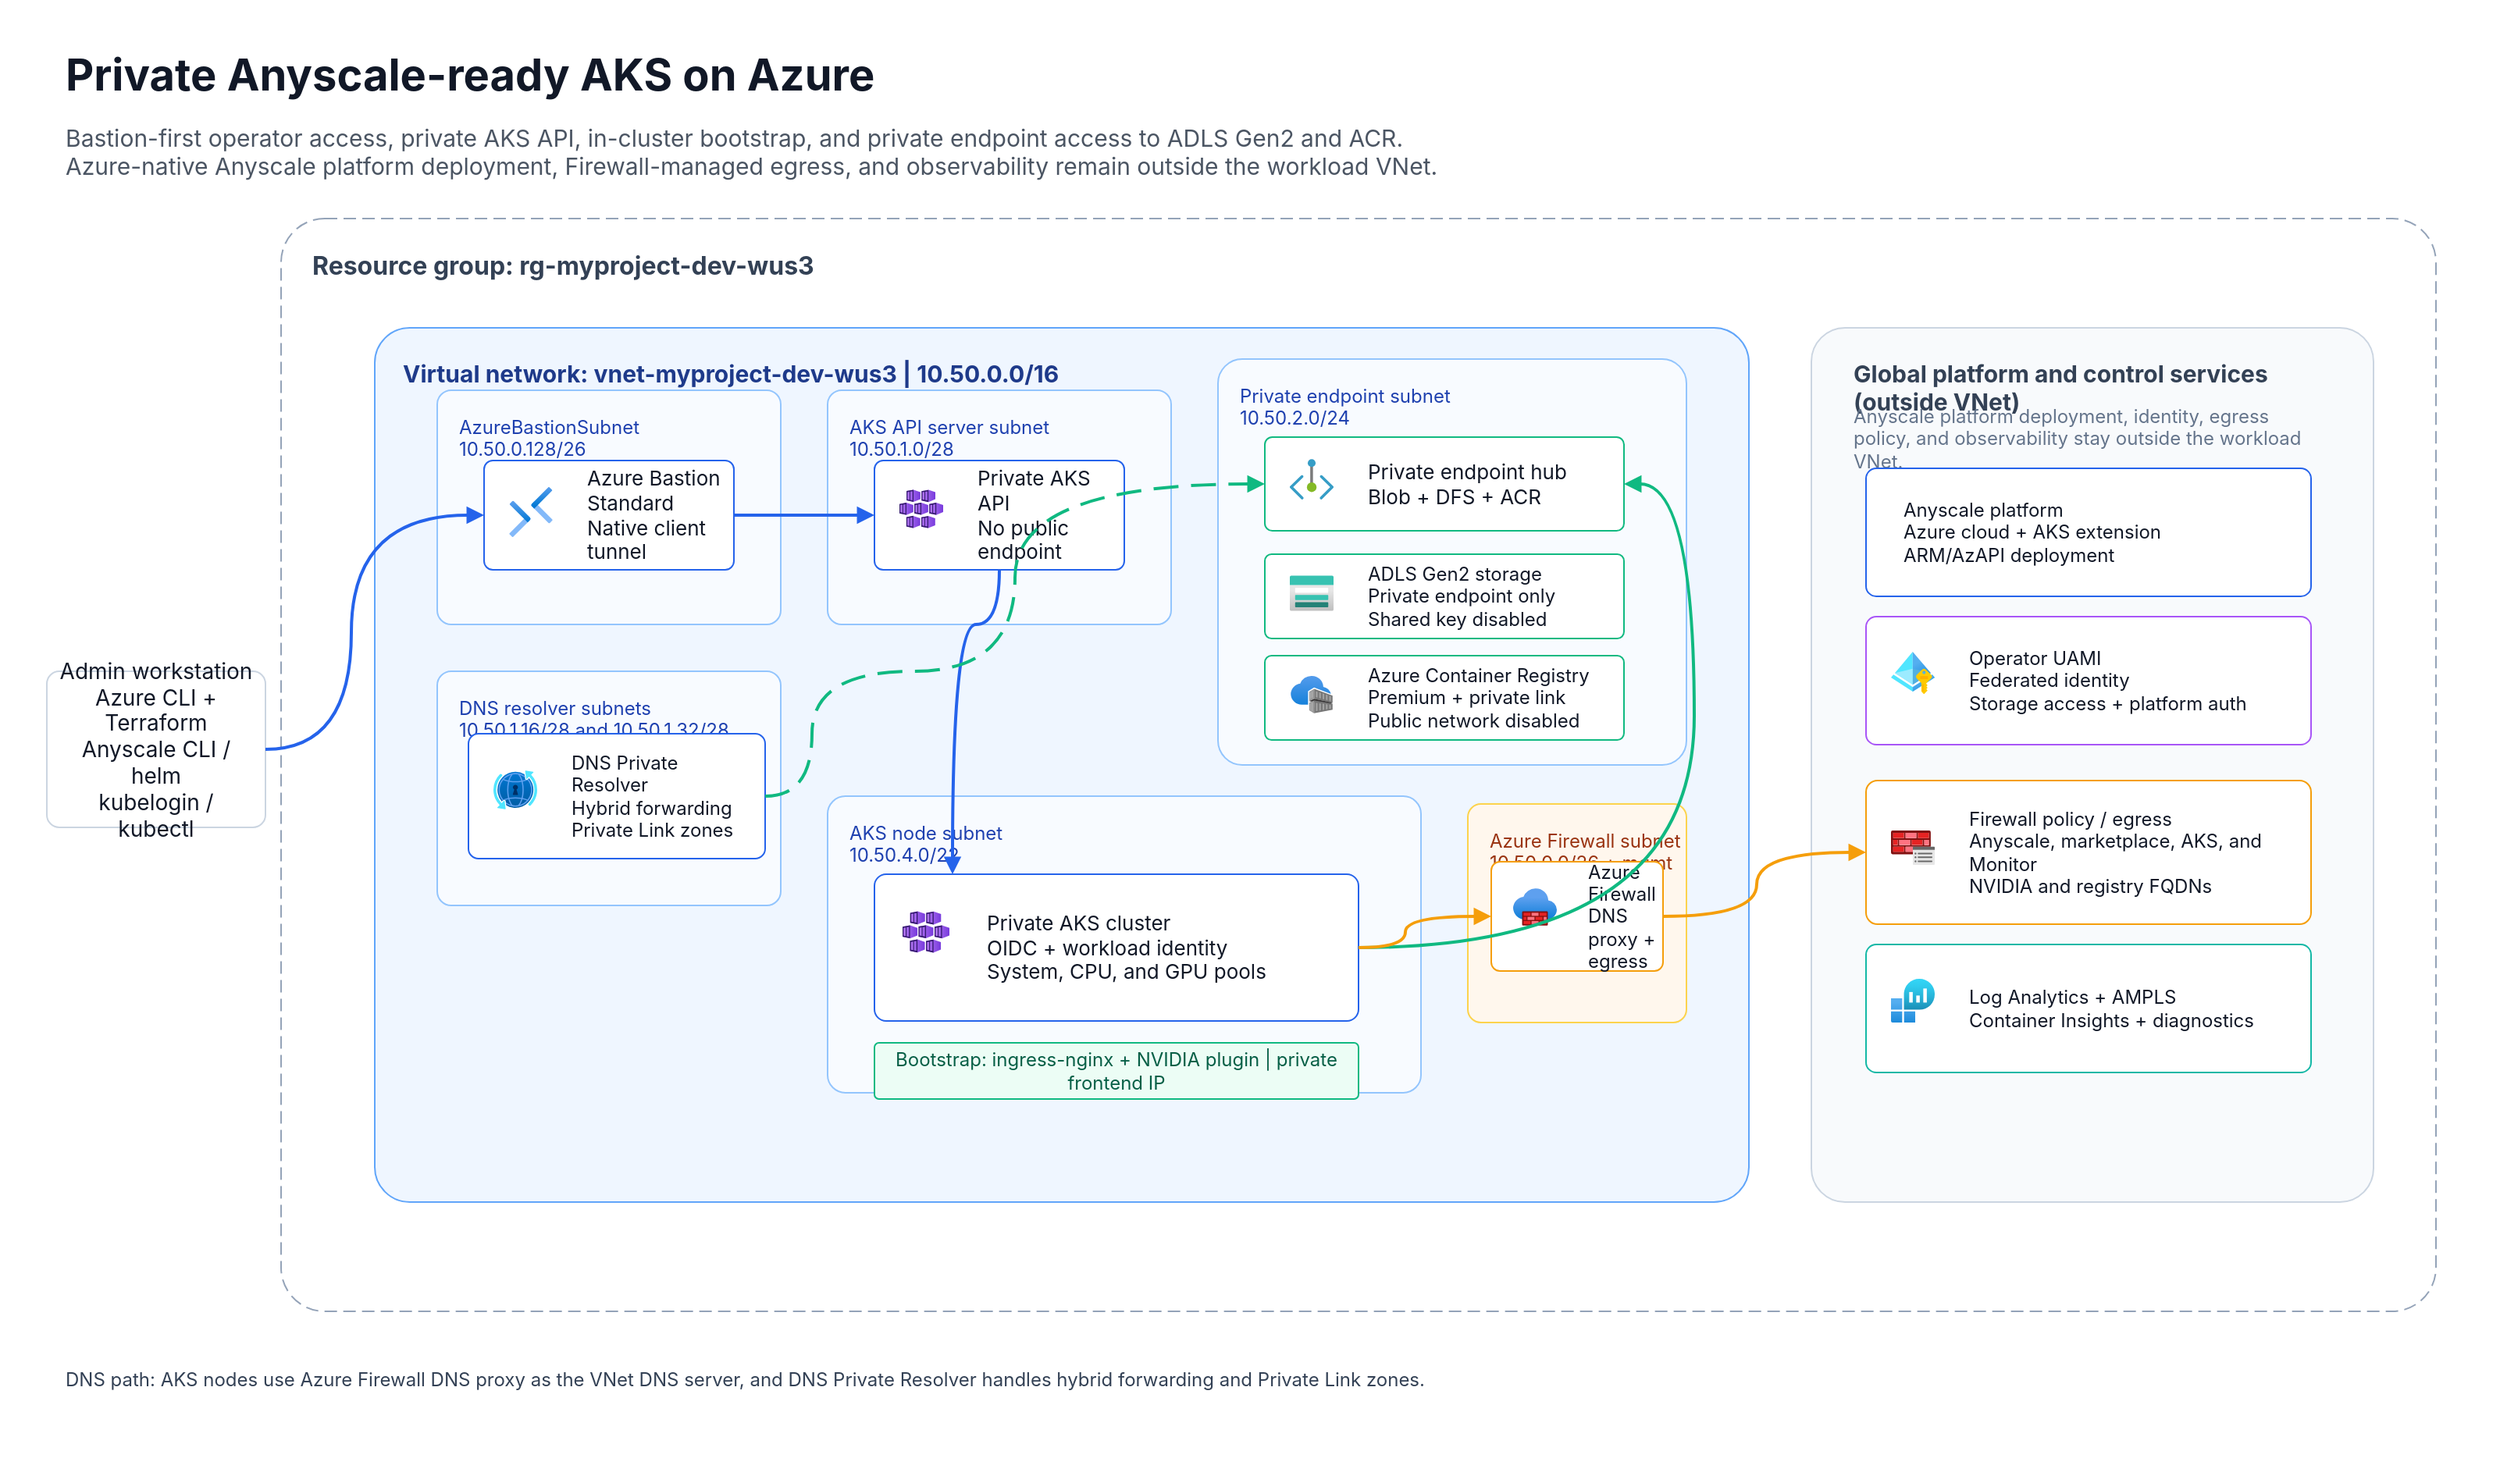
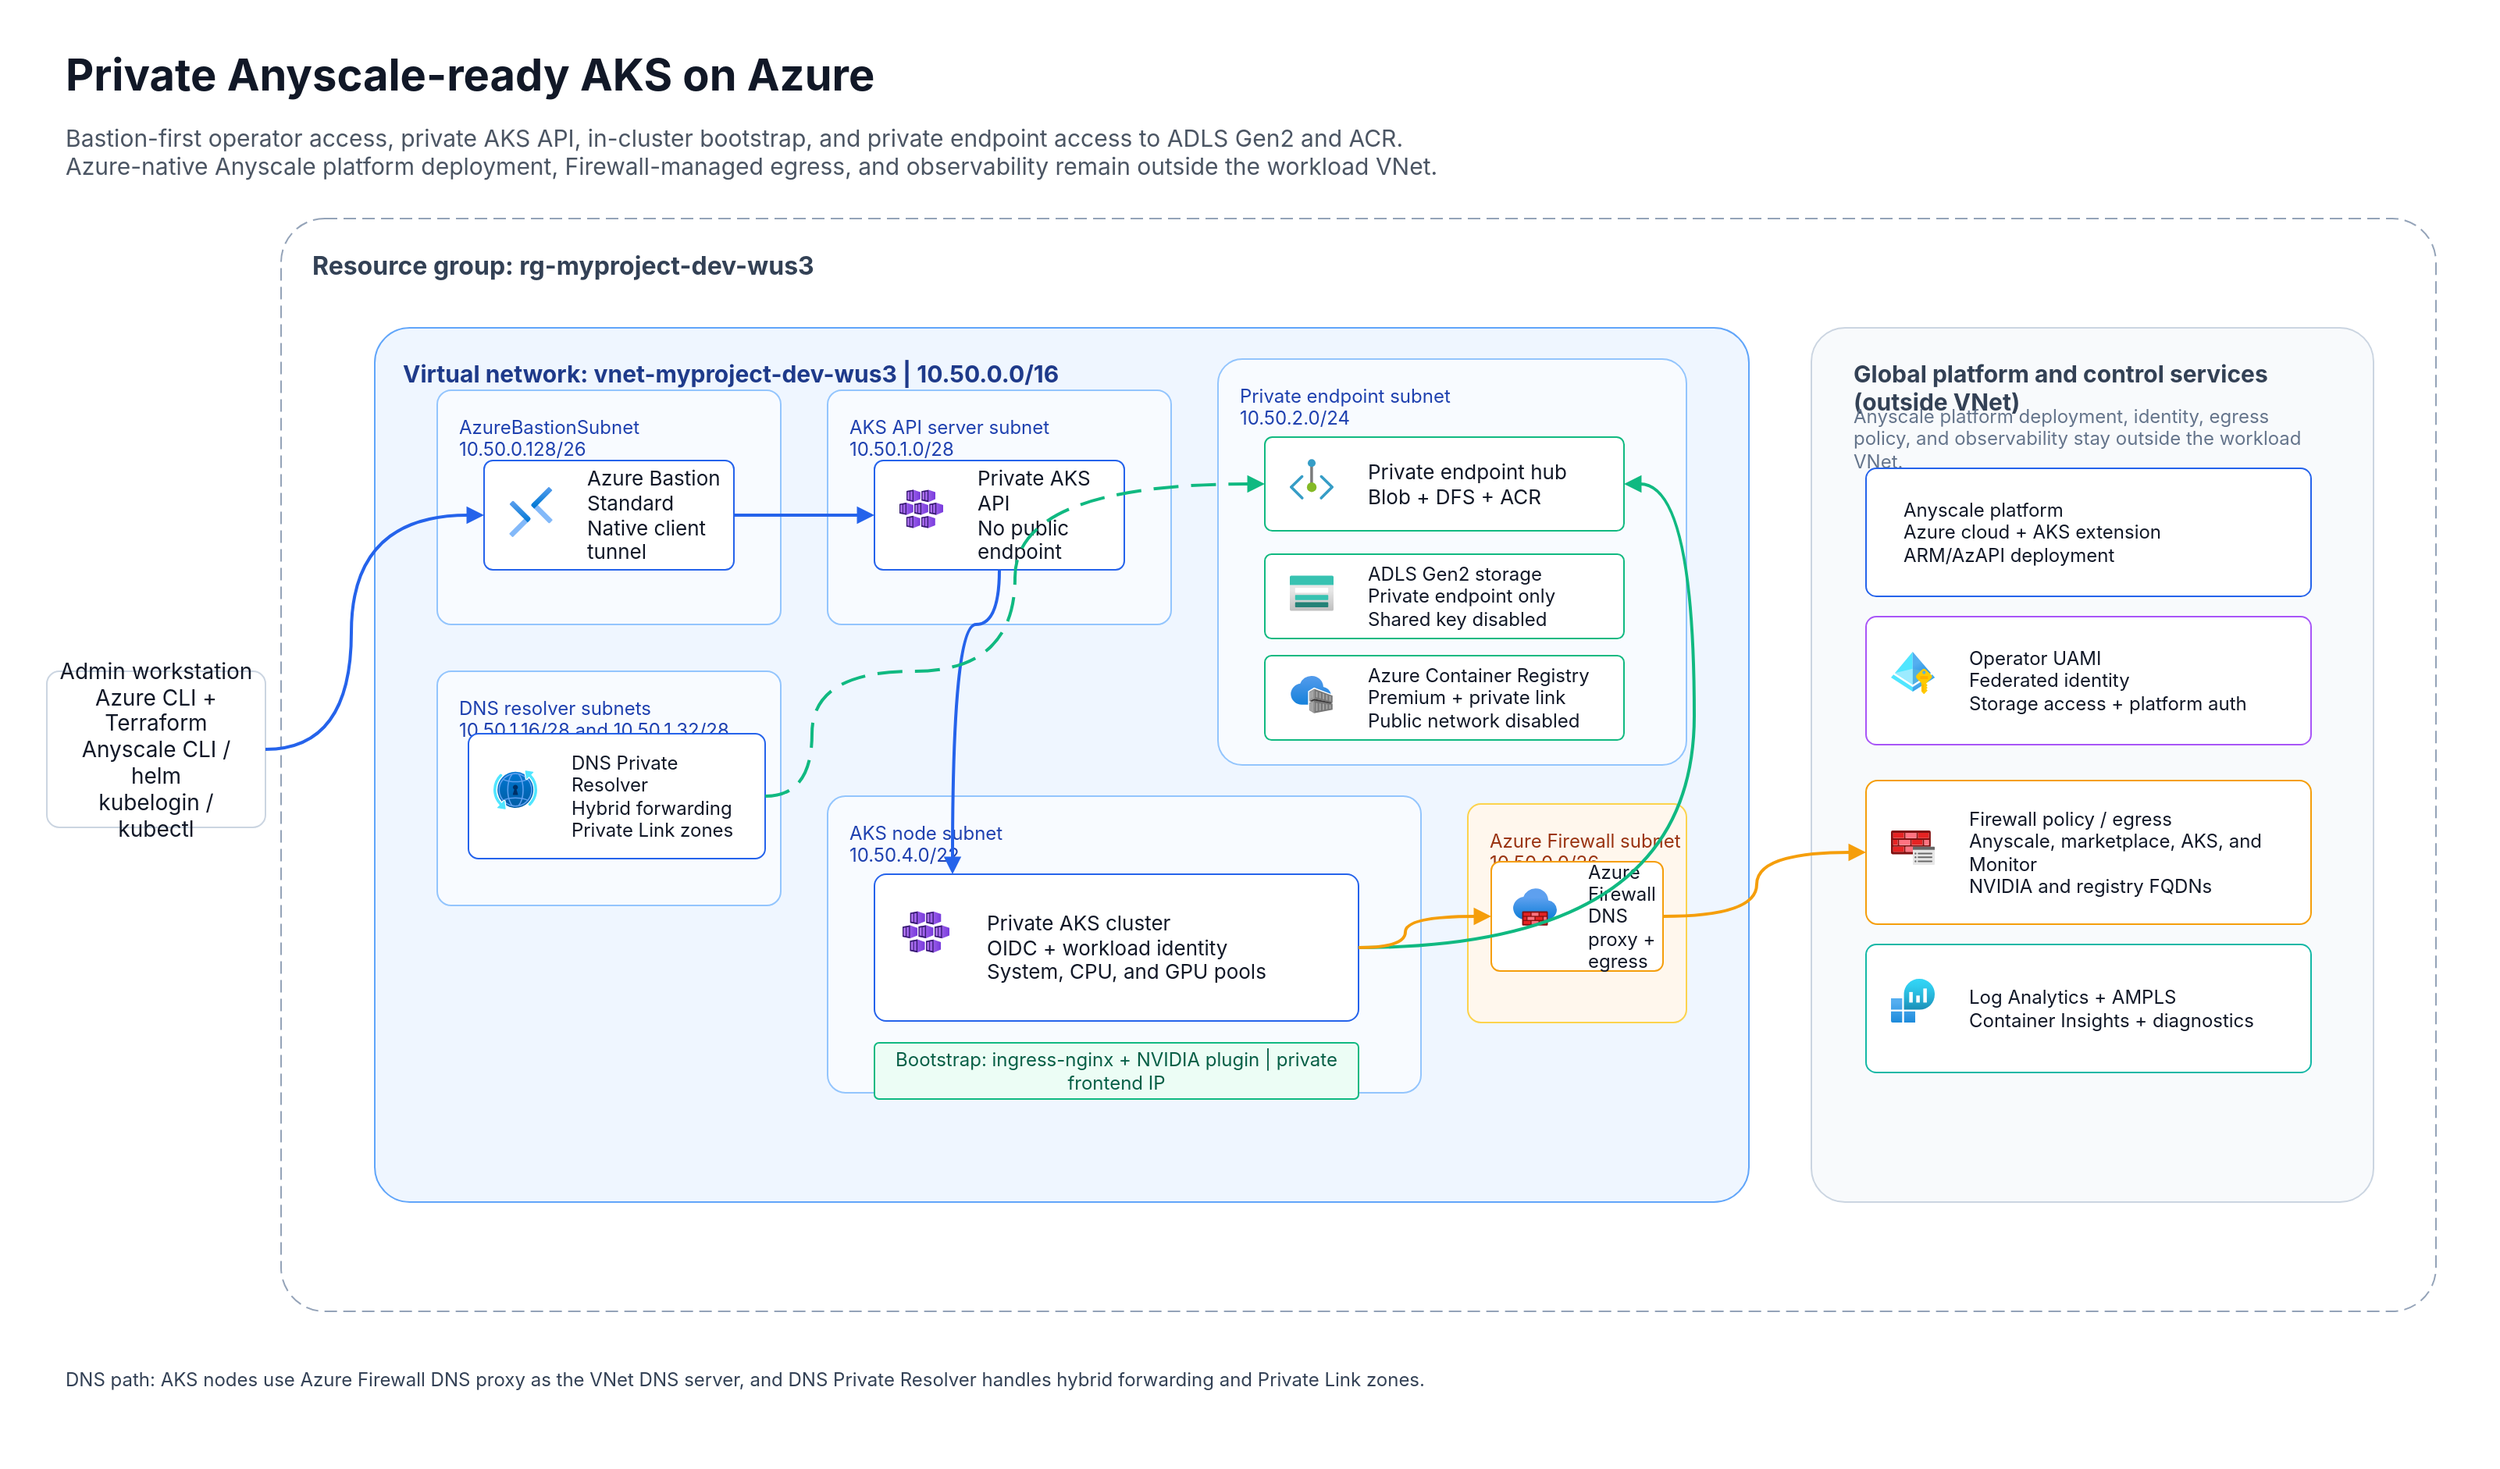
<mxfile host="app.diagrams.net" modified="2026-05-11T03:20:00.000Z" agent="GitHub Copilot" version="24.7.17" type="device">
  <diagram id="private-aks-reset" name="Private AKS Architecture">
    <mxGraphModel dx="1800" dy="1100" grid="1" gridSize="10" guides="1" tooltips="1" connect="1" arrows="1" fold="1" page="1" pageScale="1" pageWidth="1600" pageHeight="960" math="0" shadow="0">
      <root>
        <mxCell id="0"/>
        <mxCell id="1" parent="0"/>
        <mxCell id="bg" value="" style="shape=rect;html=1;strokeColor=none;fillColor=#FFFFFF;" vertex="1" parent="1">
          <mxGeometry x="0" y="0" width="1600" height="940" as="geometry"/>
        </mxCell>
        <mxCell id="title" value="Private Anyscale-ready AKS on Azure" style="text;html=1;strokeColor=none;fillColor=none;align=left;verticalAlign=middle;whiteSpace=wrap;rounded=0;fontFamily=Inter,Segoe UI,Arial;fontSize=28;fontStyle=1;fontColor=#111827;" vertex="1" parent="1">
          <mxGeometry x="40" y="28" width="860" height="40" as="geometry"/>
        </mxCell>
        <mxCell id="subtitle" value="Bastion-first operator access, private AKS API, in-cluster bootstrap, and private endpoint access to ADLS Gen2 and ACR.&#xa;Azure-native Anyscale platform deployment, Firewall-managed egress, and observability remain outside the workload VNet." style="text;html=1;strokeColor=none;fillColor=none;align=left;verticalAlign=middle;whiteSpace=wrap;rounded=0;fontFamily=Inter,Segoe UI,Arial;fontSize=15;fontColor=#4B5563;" vertex="1" parent="1">
          <mxGeometry x="40" y="72" width="1480" height="50" as="geometry"/>
        </mxCell>
        <mxCell id="rg" value="Resource group: rg-myproject-dev-wus3" style="rounded=1;whiteSpace=wrap;html=1;arcSize=4;strokeColor=#94A3B8;dashed=1;dashPattern=8 4;fillColor=#FFFFFF;fontFamily=Inter,Segoe UI,Arial;fontSize=16;fontStyle=1;fontColor=#334155;align=left;verticalAlign=top;spacingLeft=18;spacingTop=14;" vertex="1" parent="1">
          <mxGeometry x="180" y="140" width="1380" height="700" as="geometry"/>
        </mxCell>
        <mxCell id="vnet" value="Virtual network: vnet-myproject-dev-wus3  |  10.50.0.0/16" style="rounded=1;whiteSpace=wrap;html=1;arcSize=4;strokeColor=#60A5FA;fillColor=#EFF6FF;fontFamily=Inter,Segoe UI,Arial;fontSize=15;fontStyle=1;fontColor=#1E3A8A;align=left;verticalAlign=top;spacingLeft=16;spacingTop=14;" vertex="1" parent="1">
          <mxGeometry x="240" y="210" width="880" height="560" as="geometry"/>
        </mxCell>
        <mxCell id="globalPanel" value="" style="rounded=1;whiteSpace=wrap;html=1;arcSize=6;strokeColor=#CBD5E1;fillColor=#F8FAFC;" vertex="1" parent="1">
          <mxGeometry x="1160" y="210" width="360" height="560" as="geometry"/>
        </mxCell>
        <mxCell id="globalTitle" value="Global platform and control services (outside VNet)" style="text;html=1;strokeColor=none;fillColor=none;align=left;verticalAlign=middle;whiteSpace=wrap;fontFamily=Inter,Segoe UI,Arial;fontSize=15;fontStyle=1;fontColor=#334155;" vertex="1" parent="1">
          <mxGeometry x="1185" y="236" width="300" height="24" as="geometry"/>
        </mxCell>
        <mxCell id="globalCopy" value="Anyscale platform deployment, identity, egress policy, and observability stay outside the workload VNet." style="text;html=1;strokeColor=none;fillColor=none;align=left;verticalAlign=middle;whiteSpace=wrap;fontFamily=Inter,Segoe UI,Arial;fontSize=12;fontColor=#64748B;" vertex="1" parent="1">
          <mxGeometry x="1185" y="264" width="300" height="34" as="geometry"/>
        </mxCell>
        <mxCell id="admin" value="Admin workstation&#xa;Azure CLI + Terraform&#xa;Anyscale CLI / helm&#xa;kubelogin / kubectl" style="rounded=1;whiteSpace=wrap;html=1;arcSize=8;strokeColor=#CBD5E1;fillColor=#FFFFFF;fontFamily=Inter,Segoe UI,Arial;fontSize=14;fontColor=#111827;align=center;verticalAlign=middle;spacing=8;" vertex="1" parent="1">
          <mxGeometry x="30" y="430" width="140" height="100" as="geometry"/>
        </mxCell>
        <mxCell id="bastionSubnet" value="AzureBastionSubnet&#xa;10.50.0.128/26" style="rounded=1;whiteSpace=wrap;html=1;arcSize=6;strokeColor=#93C5FD;fillColor=#F8FBFF;fontFamily=Inter,Segoe UI,Arial;fontSize=12;fontColor=#1E40AF;align=left;verticalAlign=top;spacingLeft=12;spacingTop=10;" vertex="1" parent="1">
          <mxGeometry x="280" y="250" width="220" height="150" as="geometry"/>
        </mxCell>
        <mxCell id="bastion" value="Azure Bastion Standard&#xa;Native client tunnel" style="rounded=1;whiteSpace=wrap;html=1;arcSize=8;strokeColor=#2563EB;fillColor=#FFFFFF;fontFamily=Inter,Segoe UI,Arial;fontSize=13;fontColor=#111827;align=left;verticalAlign=middle;spacingLeft=58;spacing=8;" vertex="1" parent="1">
          <mxGeometry x="310" y="295" width="160" height="70" as="geometry"/>
        </mxCell>
        <mxCell id="bastionIcon" value="" style="image;aspect=fixed;html=1;points=[];image=img/lib/azure2/networking/Bastions.svg;" vertex="1" parent="1">
          <mxGeometry x="326" y="312" width="28" height="32" as="geometry"/>
        </mxCell>
        <mxCell id="apiSubnet" value="AKS API server subnet&#xa;10.50.1.0/28" style="rounded=1;whiteSpace=wrap;html=1;arcSize=6;strokeColor=#93C5FD;fillColor=#F8FBFF;fontFamily=Inter,Segoe UI,Arial;fontSize=12;fontColor=#1E40AF;align=left;verticalAlign=top;spacingLeft=12;spacingTop=10;" vertex="1" parent="1">
          <mxGeometry x="530" y="250" width="220" height="150" as="geometry"/>
        </mxCell>
        <mxCell id="api" value="Private AKS API&#xa;No public endpoint" style="rounded=1;whiteSpace=wrap;html=1;arcSize=8;strokeColor=#2563EB;fillColor=#FFFFFF;fontFamily=Inter,Segoe UI,Arial;fontSize=13;fontColor=#111827;align=left;verticalAlign=middle;spacingLeft=58;spacing=8;" vertex="1" parent="1">
          <mxGeometry x="560" y="295" width="160" height="70" as="geometry"/>
        </mxCell>
        <mxCell id="apiIcon" value="" style="image;aspect=fixed;html=1;points=[];image=img/lib/azure2/compute/Kubernetes_Services.svg;" vertex="1" parent="1">
          <mxGeometry x="576" y="312" width="28" height="28" as="geometry"/>
        </mxCell>
        <mxCell id="peSubnet" value="Private endpoint subnet&#xa;10.50.2.0/24" style="rounded=1;whiteSpace=wrap;html=1;arcSize=6;strokeColor=#93C5FD;fillColor=#F8FBFF;fontFamily=Inter,Segoe UI,Arial;fontSize=12;fontColor=#1E40AF;align=left;verticalAlign=top;spacingLeft=12;spacingTop=10;" vertex="1" parent="1">
          <mxGeometry x="780" y="230" width="300" height="260" as="geometry"/>
        </mxCell>
        <mxCell id="pe" value="Private endpoint hub&#xa;Blob + DFS + ACR" style="rounded=1;whiteSpace=wrap;html=1;arcSize=8;strokeColor=#10B981;fillColor=#FFFFFF;fontFamily=Inter,Segoe UI,Arial;fontSize=13;fontColor=#111827;align=left;verticalAlign=middle;spacingLeft=58;spacing=8;" vertex="1" parent="1">
          <mxGeometry x="810" y="280" width="230" height="60" as="geometry"/>
        </mxCell>
        <mxCell id="peIcon" value="" style="image;aspect=fixed;html=1;points=[];image=img/lib/azure2/networking/Private_Endpoint.svg;" vertex="1" parent="1">
          <mxGeometry x="826" y="293" width="28" height="28" as="geometry"/>
        </mxCell>
        <mxCell id="storage" value="ADLS Gen2 storage&#xa;Private endpoint only&#xa;Shared key disabled" style="rounded=1;whiteSpace=wrap;html=1;arcSize=8;strokeColor=#10B981;fillColor=#FFFFFF;fontFamily=Inter,Segoe UI,Arial;fontSize=12;fontColor=#111827;align=left;verticalAlign=middle;spacingLeft=58;spacing=8;" vertex="1" parent="1">
          <mxGeometry x="810" y="355" width="230" height="54" as="geometry"/>
        </mxCell>
        <mxCell id="storageIcon" value="" style="image;aspect=fixed;html=1;points=[];image=img/lib/azure2/storage/Storage_Accounts.svg;" vertex="1" parent="1">
          <mxGeometry x="826" y="368" width="28" height="24" as="geometry"/>
        </mxCell>
        <mxCell id="acr" value="Azure Container Registry&#xa;Premium + private link&#xa;Public network disabled" style="rounded=1;whiteSpace=wrap;html=1;arcSize=8;strokeColor=#10B981;fillColor=#FFFFFF;fontFamily=Inter,Segoe UI,Arial;fontSize=12;fontColor=#111827;align=left;verticalAlign=middle;spacingLeft=58;spacing=8;" vertex="1" parent="1">
          <mxGeometry x="810" y="420" width="230" height="54" as="geometry"/>
        </mxCell>
        <mxCell id="acrIcon" value="" style="image;aspect=fixed;html=1;points=[];image=img/lib/azure2/containers/Container_Registries.svg;" vertex="1" parent="1">
          <mxGeometry x="826" y="433" width="28" height="24" as="geometry"/>
        </mxCell>
        <mxCell id="dnsSubnet" value="DNS resolver subnets&#xa;10.50.1.16/28 and 10.50.1.32/28" style="rounded=1;whiteSpace=wrap;html=1;arcSize=6;strokeColor=#93C5FD;fillColor=#F8FBFF;fontFamily=Inter,Segoe UI,Arial;fontSize=12;fontColor=#1E40AF;align=left;verticalAlign=top;spacingLeft=12;spacingTop=10;" vertex="1" parent="1">
          <mxGeometry x="280" y="430" width="220" height="150" as="geometry"/>
        </mxCell>
        <mxCell id="dns" value="DNS Private Resolver&#xa;Hybrid forwarding&#xa;Private Link zones" style="rounded=1;whiteSpace=wrap;html=1;arcSize=8;strokeColor=#2563EB;fillColor=#FFFFFF;fontFamily=Inter,Segoe UI,Arial;fontSize=12;fontColor=#111827;align=left;verticalAlign=middle;spacingLeft=58;spacing=8;" vertex="1" parent="1">
          <mxGeometry x="300" y="470" width="190" height="80" as="geometry"/>
        </mxCell>
        <mxCell id="dnsIcon" value="" style="image;aspect=fixed;html=1;points=[];image=img/lib/azure2/networking/DNS_Private_Resolver.svg;" vertex="1" parent="1">
          <mxGeometry x="316" y="492" width="28" height="28" as="geometry"/>
        </mxCell>
        <mxCell id="aksSubnet" value="AKS node subnet&#xa;10.50.4.0/22" style="rounded=1;whiteSpace=wrap;html=1;arcSize=6;strokeColor=#93C5FD;fillColor=#F8FBFF;fontFamily=Inter,Segoe UI,Arial;fontSize=12;fontColor=#1E40AF;align=left;verticalAlign=top;spacingLeft=12;spacingTop=10;" vertex="1" parent="1">
          <mxGeometry x="530" y="510" width="380" height="190" as="geometry"/>
        </mxCell>
        <mxCell id="aks" value="Private AKS cluster&#xa;OIDC + workload identity&#xa;System, CPU, and GPU pools" style="rounded=1;whiteSpace=wrap;html=1;arcSize=8;strokeColor=#2563EB;fillColor=#FFFFFF;fontFamily=Inter,Segoe UI,Arial;fontSize=13;fontColor=#111827;align=left;verticalAlign=middle;spacingLeft=64;spacing=8;" vertex="1" parent="1">
          <mxGeometry x="560" y="560" width="310" height="94" as="geometry"/>
        </mxCell>
        <mxCell id="aksIcon" value="" style="image;aspect=fixed;html=1;points=[];image=img/lib/azure2/compute/Kubernetes_Services.svg;" vertex="1" parent="1">
          <mxGeometry x="578" y="582" width="30" height="30" as="geometry"/>
        </mxCell>
        <mxCell id="ingress" value="Bootstrap: ingress-nginx + NVIDIA plugin  |  private frontend IP" style="rounded=1;whiteSpace=wrap;html=1;arcSize=8;strokeColor=#10B981;fillColor=#ECFDF5;fontFamily=Inter,Segoe UI,Arial;fontSize=12;fontColor=#065F46;align=center;verticalAlign=middle;spacing=6;" vertex="1" parent="1">
          <mxGeometry x="560" y="668" width="310" height="36" as="geometry"/>
        </mxCell>
-         <mxCell id="fwSubnet" value="Azure Firewall subnet&#xa;10.50.0.0/26 + mgmt" style="rounded=1;whiteSpace=wrap;html=1;arcSize=6;strokeColor=#FCD34D;fillColor=#FFF7ED;fontFamily=Inter,Segoe UI,Arial;fontSize=12;fontColor=#9A3412;align=left;verticalAlign=top;spacingLeft=12;spacingTop=10;" vertex="1" parent="1">
+         <mxCell id="fwSubnet" value="Azure Firewall subnet&#xa;10.50.0.0/26" style="rounded=1;whiteSpace=wrap;html=1;arcSize=6;strokeColor=#FCD34D;fillColor=#FFF7ED;fontFamily=Inter,Segoe UI,Arial;fontSize=12;fontColor=#9A3412;align=left;verticalAlign=top;spacingLeft=12;spacingTop=10;" vertex="1" parent="1">
          <mxGeometry x="940" y="515" width="140" height="140" as="geometry"/>
        </mxCell>
        <mxCell id="firewall" value="Azure Firewall&#xa;DNS proxy + egress" style="rounded=1;whiteSpace=wrap;html=1;arcSize=8;strokeColor=#F59E0B;fillColor=#FFFFFF;fontFamily=Inter,Segoe UI,Arial;fontSize=12;fontColor=#111827;align=left;verticalAlign=middle;spacingLeft=54;spacing=8;" vertex="1" parent="1">
          <mxGeometry x="955" y="552" width="110" height="70" as="geometry"/>
        </mxCell>
        <mxCell id="firewallIcon" value="" style="image;aspect=fixed;html=1;points=[];image=img/lib/azure2/networking/Firewalls.svg;" vertex="1" parent="1">
          <mxGeometry x="969" y="569" width="28" height="24" as="geometry"/>
        </mxCell>
        <mxCell id="platform" value="Anyscale platform&#xa;Azure cloud + AKS extension&#xa;ARM/AzAPI deployment" style="rounded=1;whiteSpace=wrap;html=1;arcSize=8;strokeColor=#2563EB;fillColor=#FFFFFF;fontFamily=Inter,Segoe UI,Arial;fontSize=12;fontColor=#111827;align=left;verticalAlign=middle;spacingLeft=16;spacing=8;" vertex="1" parent="1">
          <mxGeometry x="1195" y="300" width="285" height="82" as="geometry"/>
        </mxCell>
        <mxCell id="uami" value="Operator UAMI&#xa;Federated identity&#xa;Storage access + platform auth" style="rounded=1;whiteSpace=wrap;html=1;arcSize=8;strokeColor=#A855F7;fillColor=#FFFFFF;fontFamily=Inter,Segoe UI,Arial;fontSize=12;fontColor=#111827;align=left;verticalAlign=middle;spacingLeft=58;spacing=8;" vertex="1" parent="1">
          <mxGeometry x="1195" y="395" width="285" height="82" as="geometry"/>
        </mxCell>
        <mxCell id="uamiIcon" value="" style="image;aspect=fixed;html=1;points=[];image=img/lib/azure2/identity/Managed_Identities.svg;" vertex="1" parent="1">
          <mxGeometry x="1211" y="417" width="28" height="28" as="geometry"/>
        </mxCell>
        <mxCell id="egress" value="Firewall policy / egress&#xa;Anyscale, marketplace, AKS, and Monitor&#xa;NVIDIA and registry FQDNs" style="rounded=1;whiteSpace=wrap;html=1;arcSize=8;strokeColor=#F59E0B;fillColor=#FFFFFF;fontFamily=Inter,Segoe UI,Arial;fontSize=12;fontColor=#111827;align=left;verticalAlign=middle;spacingLeft=58;spacing=8;" vertex="1" parent="1">
          <mxGeometry x="1195" y="500" width="285" height="92" as="geometry"/>
        </mxCell>
        <mxCell id="egressIcon" value="" style="image;aspect=fixed;html=1;points=[];image=img/lib/azure2/networking/Azure_Firewall_Policy.svg;" vertex="1" parent="1">
          <mxGeometry x="1211" y="532" width="28" height="22" as="geometry"/>
        </mxCell>
        <mxCell id="logs" value="Log Analytics + AMPLS&#xa;Container Insights + diagnostics" style="rounded=1;whiteSpace=wrap;html=1;arcSize=8;strokeColor=#14B8A6;fillColor=#FFFFFF;fontFamily=Inter,Segoe UI,Arial;fontSize=12;fontColor=#111827;align=left;verticalAlign=middle;spacingLeft=58;spacing=8;" vertex="1" parent="1">
          <mxGeometry x="1195" y="605" width="285" height="82" as="geometry"/>
        </mxCell>
        <mxCell id="logsIcon" value="" style="image;aspect=fixed;html=1;points=[];image=img/lib/azure2/analytics/Log_Analytics_Workspaces.svg;" vertex="1" parent="1">
          <mxGeometry x="1211" y="627" width="28" height="28" as="geometry"/>
        </mxCell>
        <mxCell id="note" value="DNS path: AKS nodes use Azure Firewall DNS proxy as the VNet DNS server, and DNS Private Resolver handles hybrid forwarding and Private Link zones." style="text;html=1;strokeColor=none;fillColor=none;align=left;verticalAlign=middle;whiteSpace=wrap;fontFamily=Inter,Segoe UI,Arial;fontSize=12;fontColor=#334155;" vertex="1" parent="1">
          <mxGeometry x="40" y="872" width="1520" height="24" as="geometry"/>
        </mxCell>
        <mxCell id="edgeAdminBastion" value="" style="edgeStyle=orthogonalEdgeStyle;rounded=1;curved=1;jettySize=auto;html=1;endArrow=block;endFill=1;strokeWidth=2;strokeColor=#2563EB;" edge="1" parent="1" source="admin" target="bastion">
          <mxGeometry relative="1" as="geometry">
            <Array as="points">
              <mxPoint x="225" y="480"/>
              <mxPoint x="225" y="330"/>
            </Array>
          </mxGeometry>
        </mxCell>
        <mxCell id="edgeBastionApi" value="" style="edgeStyle=orthogonalEdgeStyle;rounded=1;curved=1;jettySize=auto;html=1;endArrow=block;endFill=1;strokeWidth=2;strokeColor=#2563EB;" edge="1" parent="1" source="bastion" target="api">
          <mxGeometry relative="1" as="geometry"/>
        </mxCell>
        <mxCell id="edgeApiAks" value="" style="edgeStyle=orthogonalEdgeStyle;rounded=1;curved=1;jettySize=auto;html=1;endArrow=block;endFill=1;strokeWidth=2;strokeColor=#2563EB;" edge="1" parent="1" source="api" target="aks">
          <mxGeometry relative="1" as="geometry">
            <Array as="points">
              <mxPoint x="640" y="400"/>
              <mxPoint x="610" y="520"/>
            </Array>
          </mxGeometry>
        </mxCell>
        <mxCell id="edgeDnsPe" value="" style="edgeStyle=orthogonalEdgeStyle;rounded=1;curved=1;dashed=1;dashPattern=8 4;jettySize=auto;html=1;endArrow=block;endFill=1;strokeWidth=2;strokeColor=#10B981;" edge="1" parent="1" source="dns" target="pe">
          <mxGeometry relative="1" as="geometry">
            <Array as="points">
              <mxPoint x="520" y="430"/>
              <mxPoint x="650" y="430"/>
              <mxPoint x="760" y="310"/>
            </Array>
          </mxGeometry>
        </mxCell>
        <mxCell id="edgeAksPe" value="" style="edgeStyle=orthogonalEdgeStyle;rounded=1;curved=1;jettySize=auto;html=1;endArrow=block;endFill=1;strokeWidth=2;strokeColor=#10B981;" edge="1" parent="1" source="aks" target="pe">
          <mxGeometry relative="1" as="geometry">
            <Array as="points">
              <mxPoint x="1085" y="607"/>
              <mxPoint x="1085" y="310"/>
            </Array>
          </mxGeometry>
        </mxCell>
        <mxCell id="edgeAksFirewall" value="" style="edgeStyle=orthogonalEdgeStyle;rounded=1;curved=1;jettySize=auto;html=1;endArrow=block;endFill=1;strokeWidth=2;strokeColor=#F59E0B;" edge="1" parent="1" source="aks" target="firewall">
          <mxGeometry relative="1" as="geometry">
            <Array as="points">
              <mxPoint x="900" y="607"/>
              <mxPoint x="940" y="587"/>
            </Array>
          </mxGeometry>
        </mxCell>
        <mxCell id="edgeFirewallEgress" value="" style="edgeStyle=orthogonalEdgeStyle;rounded=1;curved=1;jettySize=auto;html=1;endArrow=block;endFill=1;strokeWidth=2;strokeColor=#F59E0B;" edge="1" parent="1" source="firewall" target="egress">
          <mxGeometry relative="1" as="geometry">
            <Array as="points">
              <mxPoint x="1125" y="587"/>
              <mxPoint x="1125" y="546"/>
            </Array>
          </mxGeometry>
        </mxCell>
      </root>
    </mxGraphModel>
  </diagram>
</mxfile>
